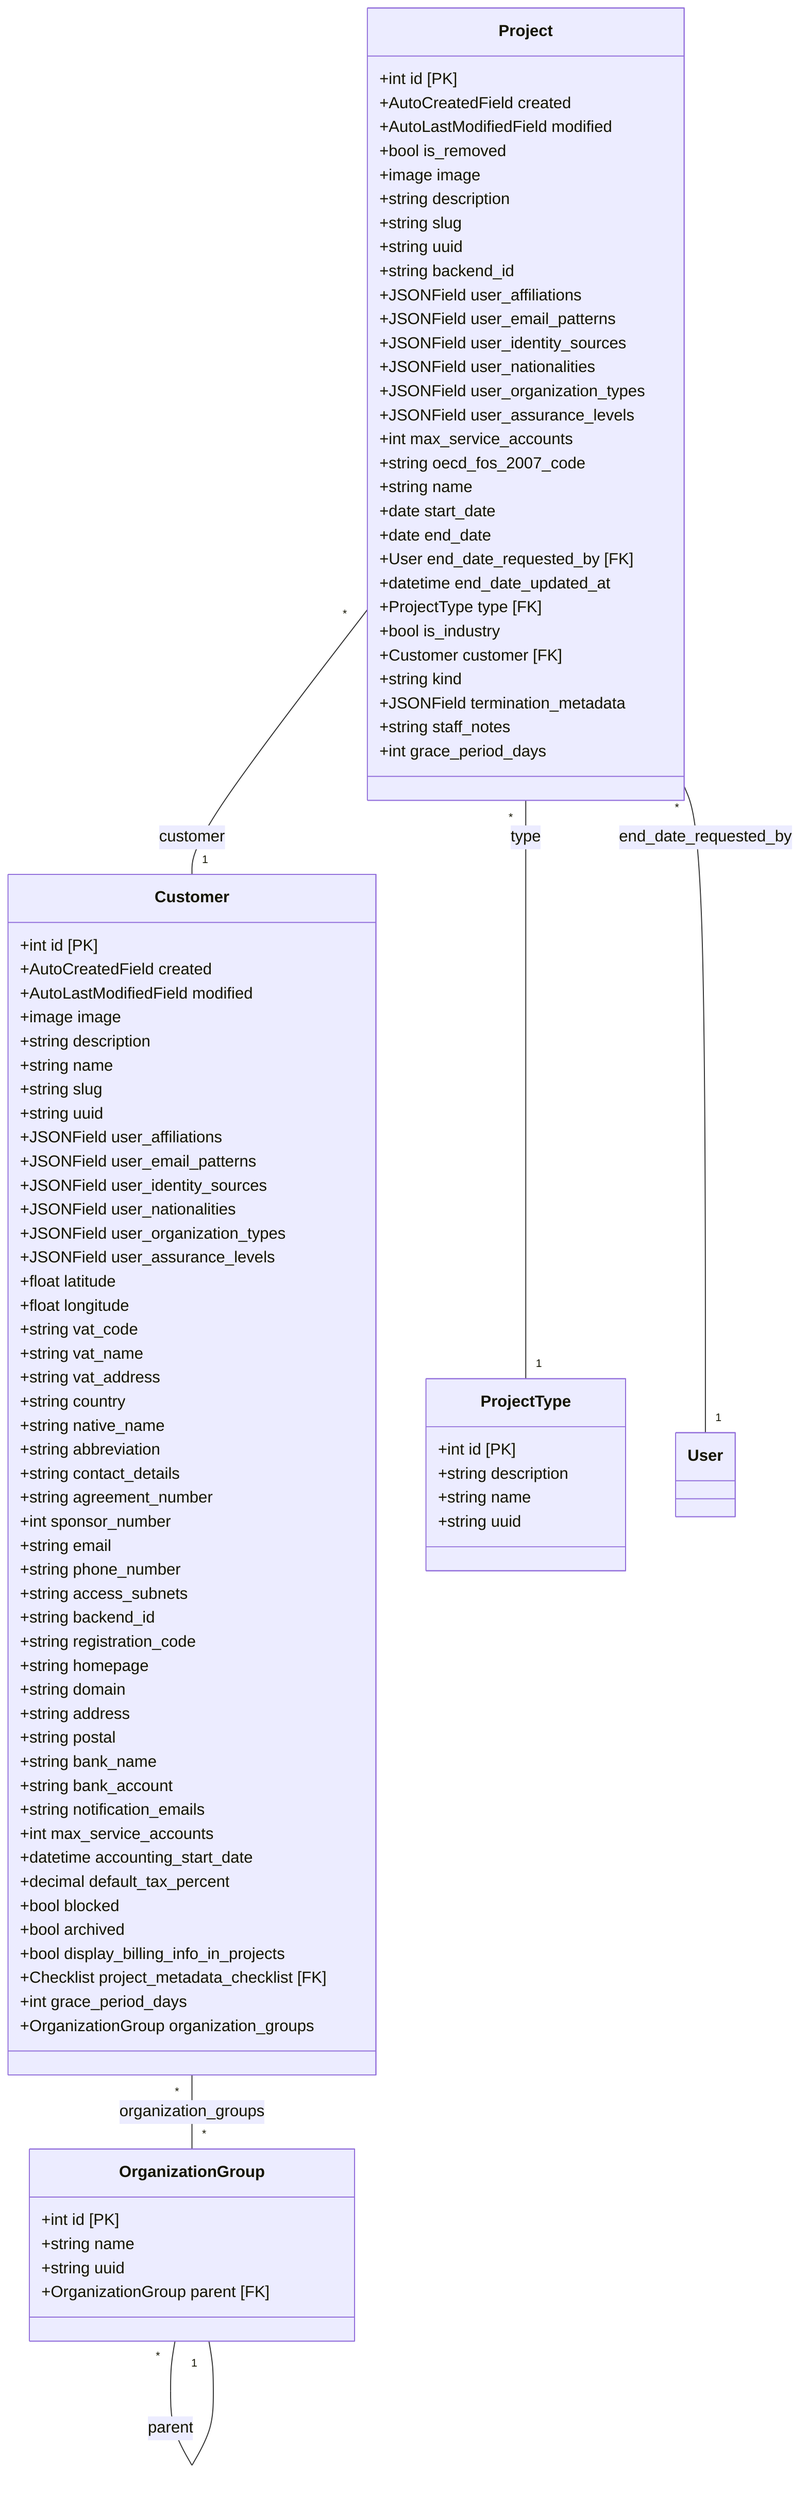
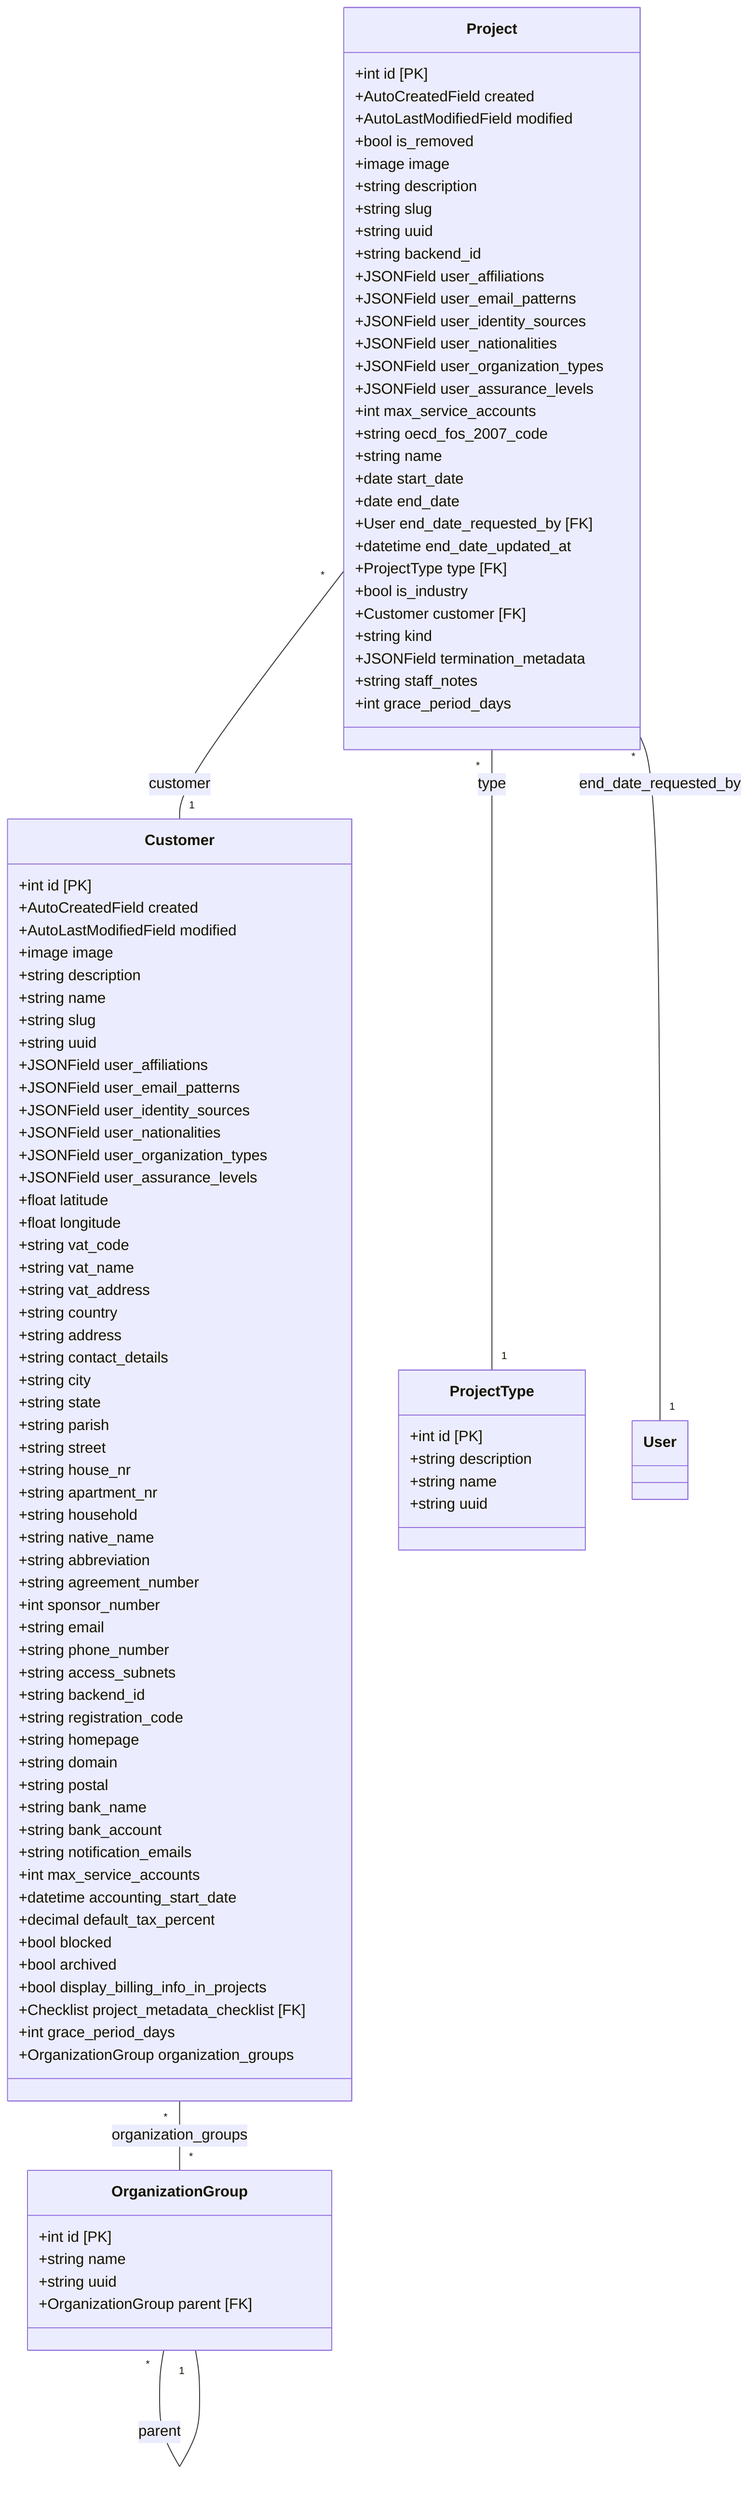
classDiagram
    direction TB
    class OrganizationGroup {
        +int id [PK]
        +string name
        +string uuid
        +OrganizationGroup parent [FK]
    }
    class Customer {
        +int id [PK]
        +AutoCreatedField created
        +AutoLastModifiedField modified
        +image image
        +string description
        +string name
        +string slug
        +string uuid
        +JSONField user_affiliations
        +JSONField user_email_patterns
        +JSONField user_identity_sources
        +JSONField user_nationalities
        +JSONField user_organization_types
        +JSONField user_assurance_levels
        +float latitude
        +float longitude
        +string vat_code
        +string vat_name
        +string vat_address
        +string country
+         +string address
+         +string contact_details
+         +string city
+         +string state
+         +string parish
+         +string street
+         +string house_nr
+         +string apartment_nr
+         +string household
        +string native_name
        +string abbreviation
-         +string contact_details
        +string agreement_number
        +int sponsor_number
        +string email
        +string phone_number
        +string access_subnets
        +string backend_id
        +string registration_code
        +string homepage
        +string domain
-         +string address
        +string postal
        +string bank_name
        +string bank_account
        +string notification_emails
        +int max_service_accounts
        +datetime accounting_start_date
        +decimal default_tax_percent
        +bool blocked
        +bool archived
        +bool display_billing_info_in_projects
        +Checklist project_metadata_checklist [FK]
        +int grace_period_days
        +OrganizationGroup organization_groups
    }
    class ProjectType {
        +int id [PK]
        +string description
        +string name
        +string uuid
    }
    class Project {
        +int id [PK]
        +AutoCreatedField created
        +AutoLastModifiedField modified
        +bool is_removed
        +image image
        +string description
        +string slug
        +string uuid
        +string backend_id
        +JSONField user_affiliations
        +JSONField user_email_patterns
        +JSONField user_identity_sources
        +JSONField user_nationalities
        +JSONField user_organization_types
        +JSONField user_assurance_levels
        +int max_service_accounts
        +string oecd_fos_2007_code
        +string name
        +date start_date
        +date end_date
        +User end_date_requested_by [FK]
        +datetime end_date_updated_at
        +ProjectType type [FK]
        +bool is_industry
        +Customer customer [FK]
        +string kind
        +JSONField termination_metadata
        +string staff_notes
        +int grace_period_days
    }
    Customer "*" -- "*" OrganizationGroup : organization_groups
    OrganizationGroup "*" -- "1" OrganizationGroup : parent
    Project "*" -- "1" Customer : customer
    Project "*" -- "1" ProjectType : type
    Project "*" -- "1" User : end_date_requested_by